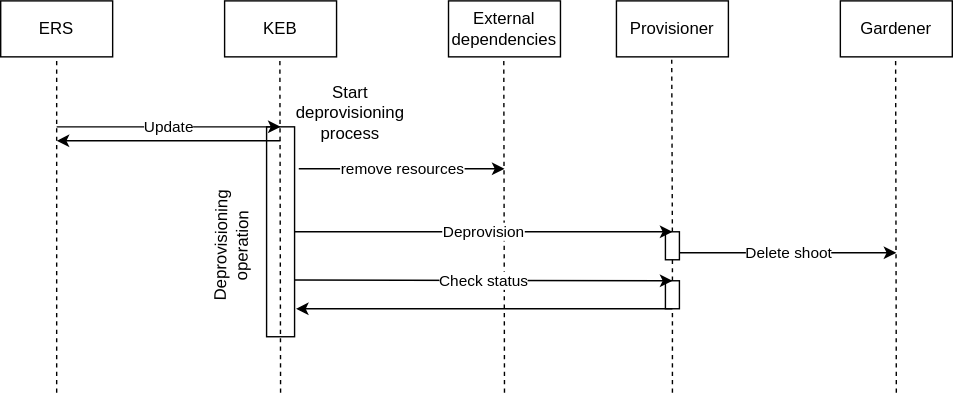
kyma-project/control-plane keeps this draw.io diagram as docs/kyma-environment-broker/assets/suspension.svg. Above is the earlier version. Source tidied: cells renumbered, new cells last; positions are measured from the earlier drawing's top-left corner, leaving out a move shared by most shapes. The source it was exported from:
```xml
<mxGraphModel>
  <root>
    <mxCell id="0" />
    <mxCell id="1" parent="0" />
    <mxCell id="2" style="rounded=0;whiteSpace=wrap;html=1;" parent="1" vertex="1">
      <mxGeometry x="475" y="165" width="10" height="20" as="geometry" />
    </mxCell>
    <mxCell id="3" style="rounded=0;whiteSpace=wrap;html=1;" parent="1" vertex="1">
      <mxGeometry x="475" y="200" width="10" height="20" as="geometry" />
    </mxCell>
    <mxCell id="4" style="rounded=0;whiteSpace=wrap;html=1;" parent="1" vertex="1">
      <mxGeometry x="190" y="90" width="20" height="150" as="geometry" />
    </mxCell>
    <mxCell id="5" value="ERS" style="rounded=0;whiteSpace=wrap;html=1;" parent="1" vertex="1">
      <mxGeometry width="80" height="40" as="geometry" />
    </mxCell>
    <mxCell id="6" style="endArrow=none;dashed=1;html=1;entryX=0.5;entryY=1;entryDx=0;entryDy=0;" parent="1" edge="1" target="5">
      <mxGeometry relative="1" as="geometry">
        <mxPoint x="40" y="280" as="sourcePoint" />
      </mxGeometry>
    </mxCell>
    <mxCell id="7" value="KEB" style="rounded=0;whiteSpace=wrap;html=1;" parent="1" vertex="1">
      <mxGeometry x="160" width="80" height="40" as="geometry" />
    </mxCell>
    <mxCell id="8" value="Provisioner" style="rounded=0;whiteSpace=wrap;html=1;" parent="1" vertex="1">
      <mxGeometry x="440" width="80" height="40" as="geometry" />
    </mxCell>
    <mxCell id="9" value="Gardener" style="rounded=0;whiteSpace=wrap;html=1;" parent="1" vertex="1">
      <mxGeometry x="600" width="80" height="40" as="geometry" />
    </mxCell>
    <mxCell id="10" style="endArrow=none;dashed=1;html=1;entryX=0.5;entryY=1;entryDx=0;entryDy=0;" parent="1" edge="1">
      <mxGeometry relative="1" as="geometry">
        <mxPoint x="200" y="280" as="sourcePoint" />
        <mxPoint x="199.5" y="40" as="targetPoint" />
      </mxGeometry>
    </mxCell>
    <mxCell id="11" style="endArrow=none;dashed=1;html=1;entryX=0.5;entryY=1;entryDx=0;entryDy=0;" parent="1" edge="1" source="2">
      <mxGeometry relative="1" as="geometry">
        <mxPoint x="479.5" y="40" as="targetPoint" />
      </mxGeometry>
    </mxCell>
    <mxCell id="12" style="endArrow=none;dashed=1;html=1;entryX=0.5;entryY=1;entryDx=0;entryDy=0;" parent="1" edge="1">
      <mxGeometry relative="1" as="geometry">
        <mxPoint x="640" y="280" as="sourcePoint" />
        <mxPoint x="639.5" y="40" as="targetPoint" />
      </mxGeometry>
    </mxCell>
    <mxCell id="13" value="Update" style="endArrow=classic;html=1;entryX=0.5;entryY=0;entryDx=0;entryDy=0;" parent="1" edge="1" target="4">
      <mxGeometry relative="1" as="geometry">
        <mxPoint x="40" y="90" as="sourcePoint" />
      </mxGeometry>
    </mxCell>
    <mxCell id="14" value="External dependencies" style="rounded=0;whiteSpace=wrap;html=1;" parent="1" vertex="1">
      <mxGeometry x="320" width="80" height="40" as="geometry" />
    </mxCell>
    <mxCell id="15" style="endArrow=none;dashed=1;html=1;entryX=0.5;entryY=1;entryDx=0;entryDy=0;" parent="1" edge="1">
      <mxGeometry relative="1" as="geometry">
        <mxPoint x="360" y="280" as="sourcePoint" />
        <mxPoint x="359.5" y="40" as="targetPoint" />
      </mxGeometry>
    </mxCell>
    <mxCell id="16" value="Deprovisioning operation" style="text;html=1;strokeColor=none;fillColor=none;align=center;verticalAlign=middle;whiteSpace=wrap;rounded=0;direction=west;rotation=-89;" parent="1" vertex="1">
      <mxGeometry x="120" y="150" width="90" height="50" as="geometry" />
    </mxCell>
    <mxCell id="17" value="remove resources" style="endArrow=classic;html=1;exitX=1.15;exitY=0.2;exitDx=0;exitDy=0;exitPerimeter=0;" parent="1" edge="1" source="4">
      <mxGeometry relative="1" as="geometry">
        <mxPoint x="360" y="120" as="targetPoint" />
      </mxGeometry>
    </mxCell>
    <mxCell id="18" value="Deprovision" style="endArrow=classic;html=1;exitX=1;exitY=0.5;exitDx=0;exitDy=0;" parent="1" edge="1" source="4">
      <mxGeometry relative="1" as="geometry">
        <mxPoint x="480" y="165" as="targetPoint" />
      </mxGeometry>
    </mxCell>
    <mxCell id="19" value="Delete shoot" style="endArrow=classic;html=1;exitX=1;exitY=0.75;exitDx=0;exitDy=0;" parent="1" edge="1" source="2">
      <mxGeometry relative="1" as="geometry">
        <mxPoint x="640" y="180" as="targetPoint" />
      </mxGeometry>
    </mxCell>
    <mxCell id="20" value="Check status" style="endArrow=classic;html=1;exitX=1;exitY=0.73;exitDx=0;exitDy=0;exitPerimeter=0;" parent="1" edge="1" source="4">
      <mxGeometry relative="1" as="geometry">
        <mxPoint x="480" y="200" as="targetPoint" />
      </mxGeometry>
    </mxCell>
    <mxCell id="21" style="endArrow=none;dashed=1;html=1;entryX=0.5;entryY=1;entryDx=0;entryDy=0;" parent="1" edge="1" target="3">
      <mxGeometry relative="1" as="geometry">
        <mxPoint x="480" y="280" as="sourcePoint" />
      </mxGeometry>
    </mxCell>
    <mxCell id="22" style="endArrow=classic;html=1;exitX=0.5;exitY=1;exitDx=0;exitDy=0;entryX=1.05;entryY=0.867;entryDx=0;entryDy=0;entryPerimeter=0;" parent="1" edge="1" source="3" target="4">
      <mxGeometry relative="1" as="geometry" />
    </mxCell>
    <mxCell id="23" style="endArrow=none;dashed=1;html=1;entryX=0.5;entryY=1;entryDx=0;entryDy=0;" parent="1" edge="1" source="3" target="2">
      <mxGeometry relative="1" as="geometry" />
    </mxCell>
    <mxCell id="24" value="Start deprovisioning process" style="text;html=1;strokeColor=none;fillColor=none;align=center;verticalAlign=middle;whiteSpace=wrap;rounded=0;" parent="1" vertex="1">
      <mxGeometry x="230" y="70" width="40" height="20" as="geometry" />
    </mxCell>
    <mxCell id="25" style="endArrow=classic;html=1;" parent="1" edge="1">
      <mxGeometry relative="1" as="geometry">
        <mxPoint x="200" y="100" as="sourcePoint" />
        <mxPoint x="40" y="100" as="targetPoint" />
      </mxGeometry>
    </mxCell>
  </root>
</mxGraphModel>
```
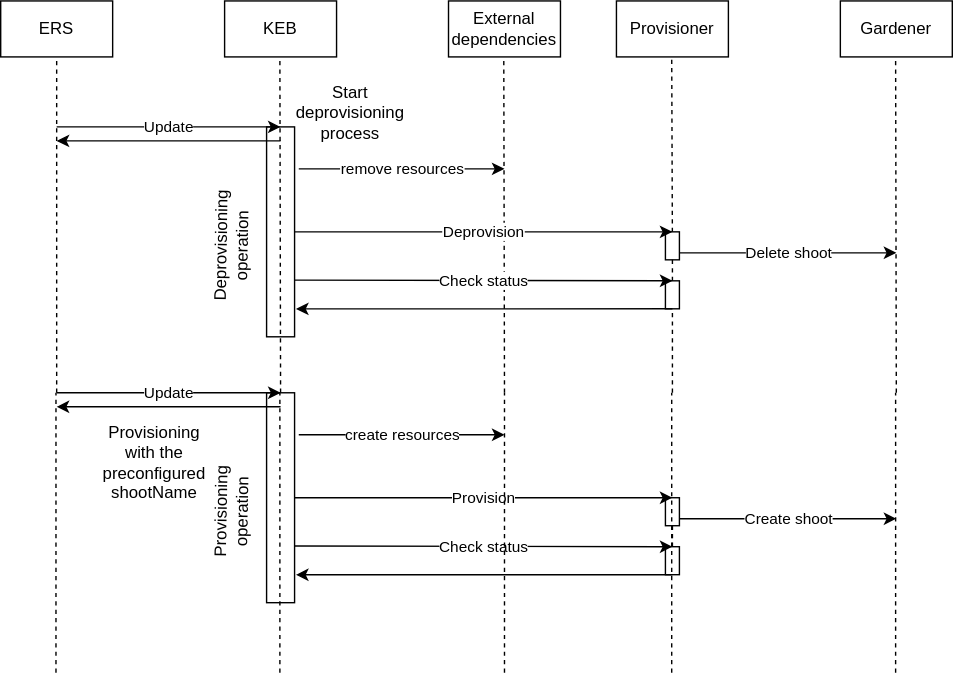
After the change.

Diff of the diagram source:
```diff
@@ -102,5 +102,87 @@
         <mxPoint x="40" y="100" as="targetPoint" />
       </mxGeometry>
     </mxCell>
+    <mxCell id="26" style="rounded=0;whiteSpace=wrap;html=1;" parent="1" vertex="1">
+      <mxGeometry x="475" y="355" width="10" height="20" as="geometry" />
+    </mxCell>
+    <mxCell id="27" style="rounded=0;whiteSpace=wrap;html=1;" parent="1" vertex="1">
+      <mxGeometry x="475" y="390" width="10" height="20" as="geometry" />
+    </mxCell>
+    <mxCell id="28" style="rounded=0;whiteSpace=wrap;html=1;" parent="1" vertex="1">
+      <mxGeometry x="190" y="280" width="20" height="150" as="geometry" />
+    </mxCell>
+    <mxCell id="29" value="Update" style="endArrow=classic;html=1;entryX=0.5;entryY=0;entryDx=0;entryDy=0;" parent="1" edge="1" target="28">
+      <mxGeometry relative="1" as="geometry">
+        <mxPoint x="40" y="280" as="sourcePoint" />
+      </mxGeometry>
+    </mxCell>
+    <mxCell id="30" value="Provisioning operation" style="text;html=1;strokeColor=none;fillColor=none;align=center;verticalAlign=middle;whiteSpace=wrap;rounded=0;direction=west;rotation=-89;" parent="1" vertex="1">
+      <mxGeometry x="120" y="340" width="90" height="50" as="geometry" />
+    </mxCell>
+    <mxCell id="31" value="create resources" style="endArrow=classic;html=1;exitX=1.15;exitY=0.2;exitDx=0;exitDy=0;exitPerimeter=0;" parent="1" edge="1" source="28">
+      <mxGeometry relative="1" as="geometry">
+        <mxPoint x="360" y="310" as="targetPoint" />
+      </mxGeometry>
+    </mxCell>
+    <mxCell id="32" value="Provision" style="endArrow=classic;html=1;exitX=1;exitY=0.5;exitDx=0;exitDy=0;" parent="1" edge="1" source="28">
+      <mxGeometry relative="1" as="geometry">
+        <mxPoint x="480" y="355" as="targetPoint" />
+      </mxGeometry>
+    </mxCell>
+    <mxCell id="33" value="Create shoot" style="endArrow=classic;html=1;exitX=1;exitY=0.75;exitDx=0;exitDy=0;" parent="1" edge="1" source="26">
+      <mxGeometry relative="1" as="geometry">
+        <mxPoint x="640" y="370" as="targetPoint" />
+      </mxGeometry>
+    </mxCell>
+    <mxCell id="34" value="Check status" style="endArrow=classic;html=1;exitX=1;exitY=0.73;exitDx=0;exitDy=0;exitPerimeter=0;" parent="1" edge="1" source="28">
+      <mxGeometry relative="1" as="geometry">
+        <mxPoint x="480" y="390" as="targetPoint" />
+      </mxGeometry>
+    </mxCell>
+    <mxCell id="35" style="endArrow=classic;html=1;exitX=0.5;exitY=1;exitDx=0;exitDy=0;entryX=1.05;entryY=0.867;entryDx=0;entryDy=0;entryPerimeter=0;" parent="1" edge="1" source="27" target="28">
+      <mxGeometry relative="1" as="geometry" />
+    </mxCell>
+    <mxCell id="36" style="endArrow=none;dashed=1;html=1;entryX=0.5;entryY=1;entryDx=0;entryDy=0;" parent="1" edge="1" source="27" target="26">
+      <mxGeometry relative="1" as="geometry" />
+    </mxCell>
+    <mxCell id="37" value="Provisioning with the preconfigured shootName" style="text;html=1;strokeColor=none;fillColor=none;align=center;verticalAlign=middle;whiteSpace=wrap;rounded=0;" parent="1" vertex="1">
+      <mxGeometry x="90" y="320" width="40" height="20" as="geometry" />
+    </mxCell>
+    <mxCell id="38" style="endArrow=classic;html=1;" parent="1" edge="1">
+      <mxGeometry relative="1" as="geometry">
+        <mxPoint x="200" y="290" as="sourcePoint" />
+        <mxPoint x="40" y="290" as="targetPoint" />
+      </mxGeometry>
+    </mxCell>
+    <mxCell id="39" style="endArrow=none;dashed=1;html=1;" parent="1" edge="1">
+      <mxGeometry relative="1" as="geometry">
+        <mxPoint x="360" y="480" as="sourcePoint" />
+        <mxPoint x="360" y="280" as="targetPoint" />
+      </mxGeometry>
+    </mxCell>
+    <mxCell id="40" style="endArrow=none;dashed=1;html=1;" parent="1" edge="1">
+      <mxGeometry relative="1" as="geometry">
+        <mxPoint x="479.5" y="480" as="sourcePoint" />
+        <mxPoint x="479.5" y="280" as="targetPoint" />
+      </mxGeometry>
+    </mxCell>
+    <mxCell id="41" style="endArrow=none;dashed=1;html=1;" parent="1" edge="1">
+      <mxGeometry relative="1" as="geometry">
+        <mxPoint x="639.5" y="480" as="sourcePoint" />
+        <mxPoint x="639.5" y="280" as="targetPoint" />
+      </mxGeometry>
+    </mxCell>
+    <mxCell id="42" style="endArrow=none;dashed=1;html=1;" parent="1" edge="1">
+      <mxGeometry relative="1" as="geometry">
+        <mxPoint x="39.5" y="480" as="sourcePoint" />
+        <mxPoint x="39.5" y="280" as="targetPoint" />
+      </mxGeometry>
+    </mxCell>
+    <mxCell id="43" style="endArrow=none;dashed=1;html=1;" parent="1" edge="1">
+      <mxGeometry relative="1" as="geometry">
+        <mxPoint x="199.5" y="480" as="sourcePoint" />
+        <mxPoint x="199.5" y="280" as="targetPoint" />
+      </mxGeometry>
+    </mxCell>
   </root>
 </mxGraphModel>
```
